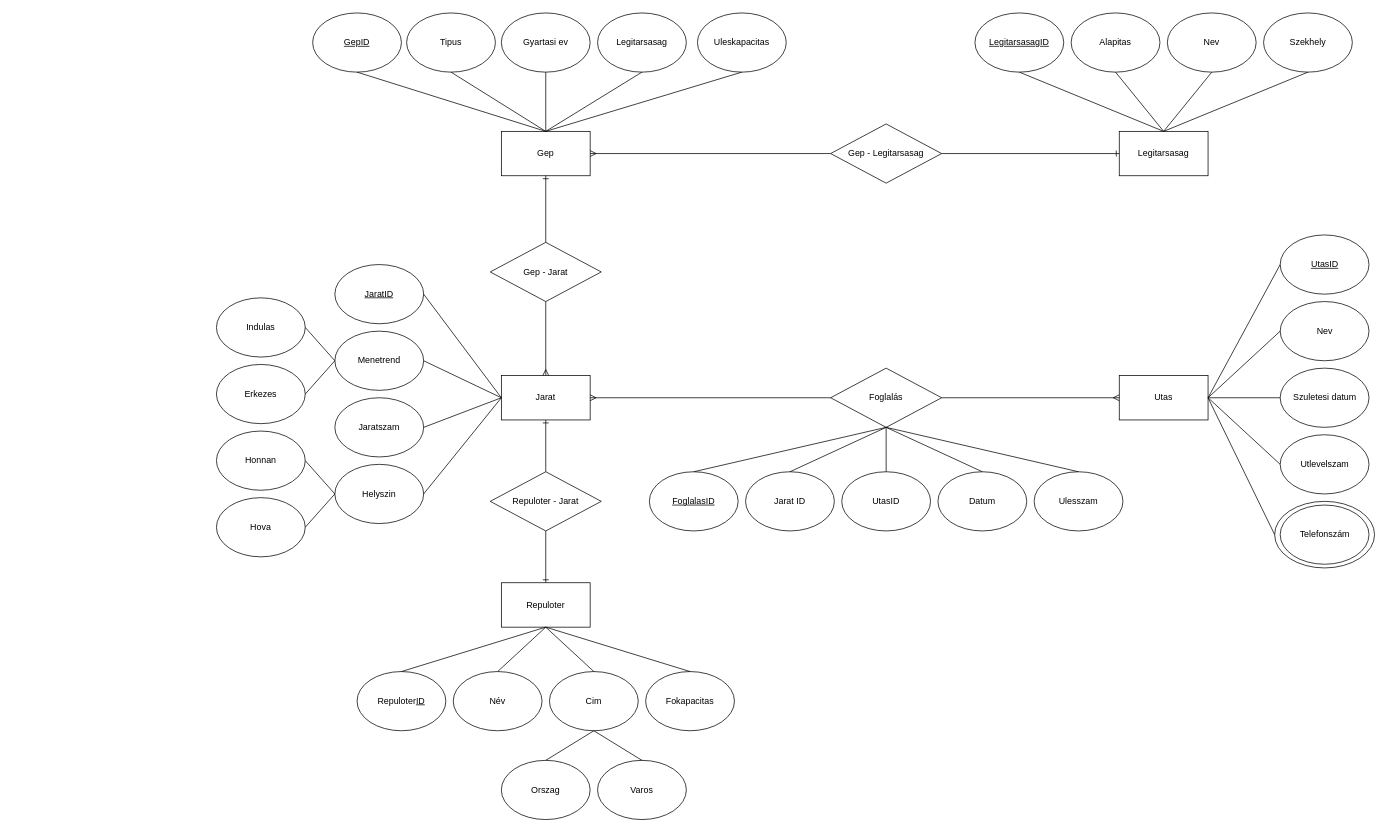
szkrisi99/IDA58UWebXML keeps this draw.io diagram as IDA58U_XMLTask/IDA58U_ER.drawio. Above is the earlier version. Source tidied: cells renumbered, new cells numbered last; positions are measured from the earlier drawing's top-left corner, leaving out a move shared by most shapes. Both pictures are drawn from the tidied source at 74%, with x=0, y=0 at pixel (216, 13).
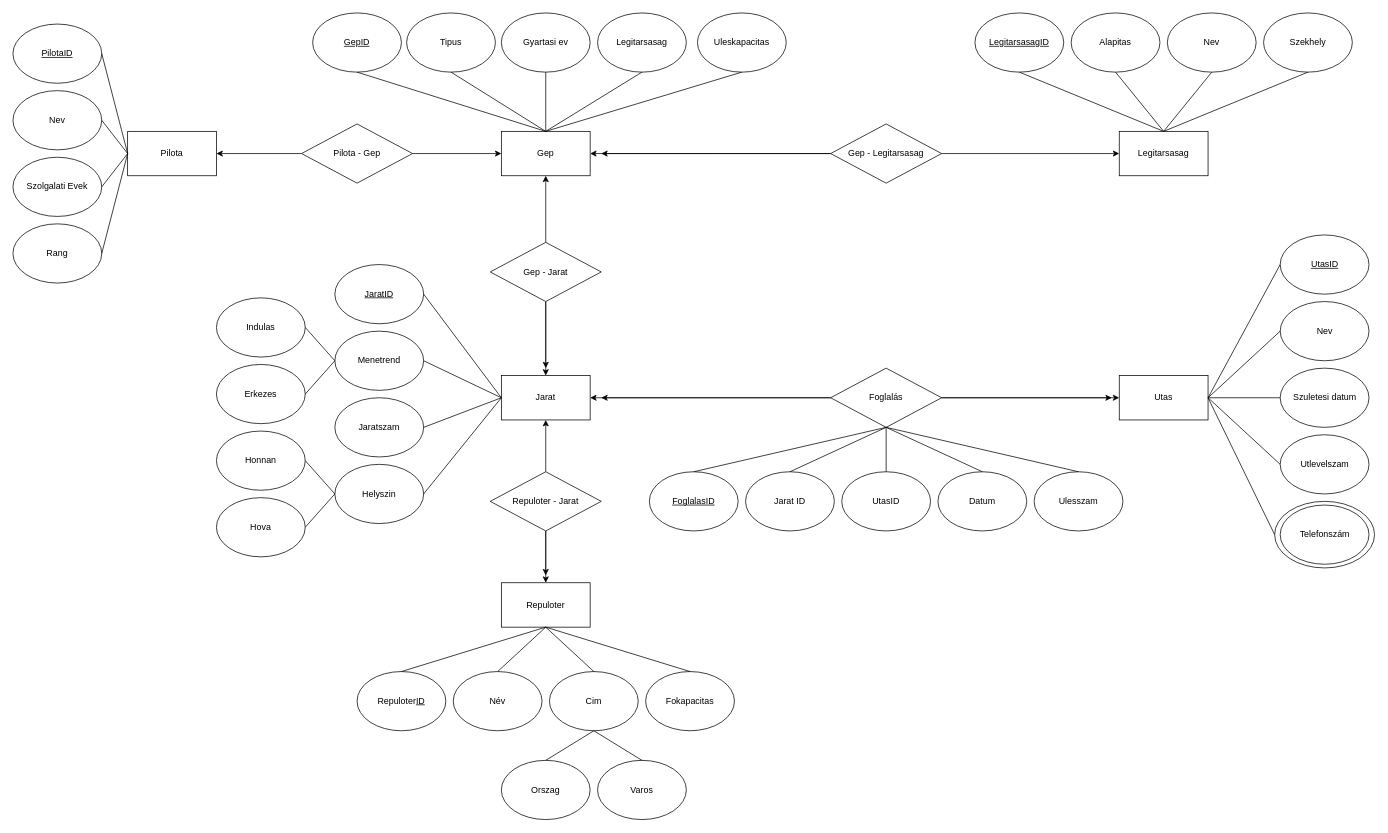
The same page after the edit.

Unchanged cells that the change refers to:
```xml
<mxCell id="2" value="&lt;div&gt;Repuloter&lt;/div&gt;" style="rounded=0;whiteSpace=wrap;html=1;" parent="1" vertex="1">
  <mxGeometry x="385" y="770" width="120" height="60" as="geometry" />
</mxCell>
<mxCell id="3" value="Jarat" style="rounded=0;whiteSpace=wrap;html=1;" parent="1" vertex="1">
  <mxGeometry x="385" y="490" width="120" height="60" as="geometry" />
</mxCell>
<mxCell id="4" value="Utas" style="rounded=0;whiteSpace=wrap;html=1;" parent="1" vertex="1">
  <mxGeometry x="1220" y="490" width="120" height="60" as="geometry" />
</mxCell>
<mxCell id="5" value="Gep" style="rounded=0;whiteSpace=wrap;html=1;" parent="1" vertex="1">
  <mxGeometry x="385" y="160" width="120" height="60" as="geometry" />
</mxCell>
<mxCell id="6" value="Legitarsasag" style="rounded=0;whiteSpace=wrap;html=1;" parent="1" vertex="1">
  <mxGeometry x="1220" y="160" width="120" height="60" as="geometry" />
</mxCell>
<mxCell id="35" value="Repuloter - Jarat" style="rhombus;whiteSpace=wrap;html=1;" parent="1" vertex="1">
  <mxGeometry x="370" y="620" width="150" height="80" as="geometry" />
</mxCell>
<mxCell id="36" value="Gep - Legitarsasag" style="rhombus;whiteSpace=wrap;html=1;" parent="1" vertex="1">
  <mxGeometry x="830" y="150" width="150" height="80" as="geometry" />
</mxCell>
<mxCell id="37" value="Gep - Jarat" style="rhombus;whiteSpace=wrap;html=1;" parent="1" vertex="1">
  <mxGeometry x="370" y="310" width="150" height="80" as="geometry" />
</mxCell>
<mxCell id="38" value="Foglalás" style="rhombus;whiteSpace=wrap;html=1;" parent="1" vertex="1">
  <mxGeometry x="830" y="480" width="150" height="80" as="geometry" />
</mxCell>
```

Diff of the diagram source:
```diff
@@
+    <mxCell id="83" style="edgeStyle=orthogonalEdgeStyle;rounded=0;jettySize=auto;html=1;exitX=0.5;exitY=0;exitDx=0;exitDy=0;entryX=0.5;entryY=1;entryDx=0;entryDy=0;" parent="1" edge="1" source="35" target="3">
+      <mxGeometry relative="1" as="geometry" />
+    </mxCell>
+    <mxCell id="84" style="edgeStyle=orthogonalEdgeStyle;rounded=0;jettySize=auto;html=1;exitX=0.5;exitY=1;exitDx=0;exitDy=0;" parent="1" edge="1" source="35" target="2">
+      <mxGeometry relative="1" as="geometry" />
+    </mxCell>
+    <mxCell id="87" style="edgeStyle=orthogonalEdgeStyle;rounded=0;jettySize=auto;html=1;exitX=0.5;exitY=1;exitDx=0;exitDy=0;" parent="1" edge="1" source="35">
+      <mxGeometry relative="1" as="geometry">
+        <mxPoint x="445" y="760" as="targetPoint" />
+      </mxGeometry>
+    </mxCell>
@@
+    <mxCell id="81" style="edgeStyle=orthogonalEdgeStyle;rounded=0;jettySize=auto;html=1;exitX=1;exitY=0.5;exitDx=0;exitDy=0;entryX=0;entryY=0.5;entryDx=0;entryDy=0;" parent="1" edge="1" source="36" target="6">
+      <mxGeometry relative="1" as="geometry" />
+    </mxCell>
+    <mxCell id="80" style="edgeStyle=orthogonalEdgeStyle;rounded=0;jettySize=auto;html=1;exitX=0;exitY=0.5;exitDx=0;exitDy=0;" parent="1" edge="1" source="36" target="5">
+      <mxGeometry relative="1" as="geometry" />
+    </mxCell>
+    <mxCell id="88" style="edgeStyle=orthogonalEdgeStyle;rounded=0;jettySize=auto;html=1;exitX=0;exitY=0.5;exitDx=0;exitDy=0;" parent="1" edge="1" source="36">
+      <mxGeometry relative="1" as="geometry">
+        <mxPoint x="520" y="190" as="targetPoint" />
+      </mxGeometry>
+    </mxCell>
@@
+    <mxCell id="77" style="edgeStyle=orthogonalEdgeStyle;rounded=0;jettySize=auto;html=1;exitX=0.5;exitY=0;exitDx=0;exitDy=0;entryX=0.5;entryY=1;entryDx=0;entryDy=0;" parent="1" edge="1" source="37" target="5">
+      <mxGeometry relative="1" as="geometry" />
+    </mxCell>
+    <mxCell id="78" style="edgeStyle=orthogonalEdgeStyle;rounded=0;jettySize=auto;html=1;exitX=0.5;exitY=1;exitDx=0;exitDy=0;entryX=0.5;entryY=0;entryDx=0;entryDy=0;" parent="1" edge="1" source="37" target="3">
+      <mxGeometry relative="1" as="geometry" />
+    </mxCell>
+    <mxCell id="89" style="edgeStyle=orthogonalEdgeStyle;rounded=0;jettySize=auto;html=1;exitX=0.5;exitY=1;exitDx=0;exitDy=0;" parent="1" edge="1" source="37">
+      <mxGeometry relative="1" as="geometry">
+        <mxPoint x="445" y="480" as="targetPoint" />
+      </mxGeometry>
+    </mxCell>
@@
+    <mxCell id="79" style="edgeStyle=orthogonalEdgeStyle;rounded=0;jettySize=auto;html=1;exitX=0;exitY=0.5;exitDx=0;exitDy=0;" parent="1" edge="1" source="38" target="3">
+      <mxGeometry relative="1" as="geometry" />
+    </mxCell>
+    <mxCell id="90" style="edgeStyle=orthogonalEdgeStyle;rounded=0;jettySize=auto;html=1;exitX=0;exitY=0.5;exitDx=0;exitDy=0;" parent="1" edge="1" source="38">
+      <mxGeometry relative="1" as="geometry">
+        <mxPoint x="520" y="520" as="targetPoint" />
+      </mxGeometry>
+    </mxCell>
+    <mxCell id="82" style="edgeStyle=orthogonalEdgeStyle;rounded=0;jettySize=auto;html=1;exitX=1;exitY=0.5;exitDx=0;exitDy=0;" parent="1" edge="1" source="38" target="4">
+      <mxGeometry relative="1" as="geometry" />
+    </mxCell>
+    <mxCell id="91" style="edgeStyle=orthogonalEdgeStyle;rounded=0;jettySize=auto;html=1;exitX=1;exitY=0.5;exitDx=0;exitDy=0;" parent="1" edge="1" source="38">
+      <mxGeometry relative="1" as="geometry">
+        <mxPoint x="1210" y="520" as="targetPoint" />
+      </mxGeometry>
+    </mxCell>
@@
-    <mxCell id="77" style="fontSize=12;html=1;endArrow=ERone;endFill=1;rounded=0;entryX=0.5;entryY=1;entryDx=0;entryDy=0;exitX=0.5;exitY=0;exitDx=0;exitDy=0;" parent="1" edge="1" source="37" target="5">
-      <mxGeometry relative="1" as="geometry" />
-    </mxCell>
-    <mxCell id="78" style="fontSize=12;html=1;endArrow=ERmany;rounded=0;entryX=0.5;entryY=0;entryDx=0;entryDy=0;exitX=0.5;exitY=1;exitDx=0;exitDy=0;" parent="1" edge="1" source="37" target="3">
-      <mxGeometry relative="1" as="geometry" />
-    </mxCell>
-    <mxCell id="79" style="fontSize=12;html=1;endArrow=ERmany;rounded=0;entryX=1;entryY=0.5;entryDx=0;entryDy=0;exitX=0;exitY=0.5;exitDx=0;exitDy=0;" parent="1" edge="1" source="38" target="3">
-      <mxGeometry relative="1" as="geometry" />
-    </mxCell>
-    <mxCell id="80" style="fontSize=12;html=1;endArrow=ERmany;rounded=0;entryX=1;entryY=0.5;entryDx=0;entryDy=0;exitX=0;exitY=0.5;exitDx=0;exitDy=0;" parent="1" edge="1" source="36" target="5">
-      <mxGeometry relative="1" as="geometry" />
-    </mxCell>
-    <mxCell id="81" style="fontSize=12;html=1;endArrow=ERone;endFill=1;rounded=0;entryX=0;entryY=0.5;entryDx=0;entryDy=0;exitX=1;exitY=0.5;exitDx=0;exitDy=0;" parent="1" edge="1" source="36" target="6">
-      <mxGeometry relative="1" as="geometry" />
-    </mxCell>
-    <mxCell id="82" style="fontSize=12;html=1;endArrow=ERmany;rounded=0;entryX=0;entryY=0.5;entryDx=0;entryDy=0;exitX=1;exitY=0.5;exitDx=0;exitDy=0;" parent="1" edge="1" source="38" target="4">
-      <mxGeometry relative="1" as="geometry" />
-    </mxCell>
-    <mxCell id="83" style="fontSize=12;html=1;endArrow=ERone;endFill=1;rounded=0;entryX=0.5;entryY=1;entryDx=0;entryDy=0;exitX=0.5;exitY=0;exitDx=0;exitDy=0;" parent="1" edge="1" source="35" target="3">
-      <mxGeometry relative="1" as="geometry" />
-    </mxCell>
-    <mxCell id="84" style="fontSize=12;html=1;endArrow=ERone;endFill=1;rounded=0;entryX=0.5;entryY=0;entryDx=0;entryDy=0;exitX=0.5;exitY=1;exitDx=0;exitDy=0;" parent="1" edge="1" source="35" target="2">
-      <mxGeometry relative="1" as="geometry" />
-    </mxCell>
@@
+    <mxCell id="92" value="&lt;div&gt;Pilota&lt;/div&gt;" style="rounded=0;whiteSpace=wrap;html=1;" parent="1" vertex="1">
+      <mxGeometry x="-120" y="160" width="120" height="60" as="geometry" />
+    </mxCell>
+    <mxCell id="93" value="Nev" style="ellipse;whiteSpace=wrap;html=1;" parent="1" vertex="1">
+      <mxGeometry x="-275" y="105" width="120" height="80" as="geometry" />
+    </mxCell>
+    <mxCell id="94" value="&lt;u&gt;PilotaID&lt;/u&gt;" style="ellipse;whiteSpace=wrap;html=1;" parent="1" vertex="1">
+      <mxGeometry x="-275" y="15" width="120" height="80" as="geometry" />
+    </mxCell>
+    <mxCell id="95" value="Szolgalati Evek" style="ellipse;whiteSpace=wrap;html=1;" parent="1" vertex="1">
+      <mxGeometry x="-275" y="195" width="120" height="80" as="geometry" />
+    </mxCell>
+    <mxCell id="96" value="Rang" style="ellipse;whiteSpace=wrap;html=1;" parent="1" vertex="1">
+      <mxGeometry x="-275" y="285" width="120" height="80" as="geometry" />
+    </mxCell>
+    <mxCell id="97" style="endArrow=none;html=1;rounded=0;entryX=0;entryY=0.5;entryDx=0;entryDy=0;exitX=1;exitY=0.5;exitDx=0;exitDy=0;" parent="1" edge="1" source="93" target="92">
+      <mxGeometry relative="1" as="geometry" />
+    </mxCell>
+    <mxCell id="98" style="endArrow=none;html=1;rounded=0;entryX=0;entryY=0.5;entryDx=0;entryDy=0;exitX=1;exitY=0.5;exitDx=0;exitDy=0;" parent="1" edge="1" source="95" target="92">
+      <mxGeometry relative="1" as="geometry" />
+    </mxCell>
+    <mxCell id="99" style="endArrow=none;html=1;rounded=0;entryX=0;entryY=0.5;entryDx=0;entryDy=0;exitX=1;exitY=0.5;exitDx=0;exitDy=0;" parent="1" edge="1" source="96" target="92">
+      <mxGeometry relative="1" as="geometry" />
+    </mxCell>
+    <mxCell id="100" style="endArrow=none;html=1;rounded=0;exitX=1;exitY=0.5;exitDx=0;exitDy=0;entryX=0;entryY=0.5;entryDx=0;entryDy=0;" parent="1" edge="1" source="94" target="92">
+      <mxGeometry relative="1" as="geometry" />
+    </mxCell>
+    <mxCell id="101" style="edgeStyle=orthogonalEdgeStyle;rounded=0;jettySize=auto;html=1;exitX=0;exitY=0.5;exitDx=0;exitDy=0;" parent="1" edge="1" source="103" target="92">
+      <mxGeometry relative="1" as="geometry" />
+    </mxCell>
+    <mxCell id="102" style="edgeStyle=orthogonalEdgeStyle;rounded=0;jettySize=auto;html=1;exitX=1;exitY=0.5;exitDx=0;exitDy=0;" parent="1" edge="1" source="103" target="5">
+      <mxGeometry relative="1" as="geometry" />
+    </mxCell>
+    <mxCell id="103" value="Pilota - Gep" style="rhombus;whiteSpace=wrap;html=1;" parent="1" vertex="1">
+      <mxGeometry x="115" y="150" width="150" height="80" as="geometry" />
+    </mxCell>
```
